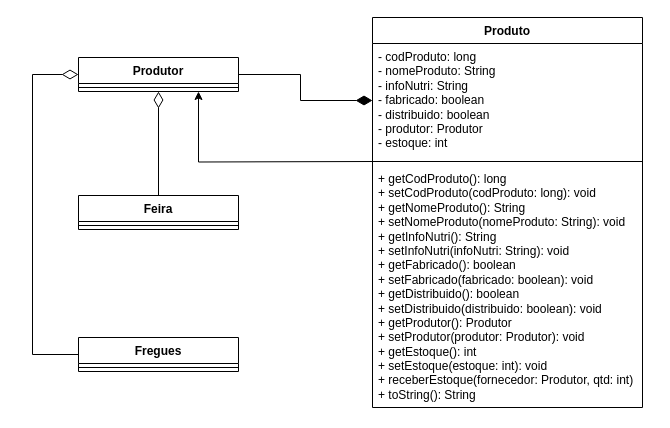
This is Feira.drawio from laurasultan/software, a draw.io file, before an edit. Source tidied: cells renumbered, new cells numbered last; positions are measured from the earlier drawing's top-left corner, leaving out a move shared by most shapes. Both pictures are drawn from the tidied source at 100%, with x=0, y=0 at pixel (32, 17).
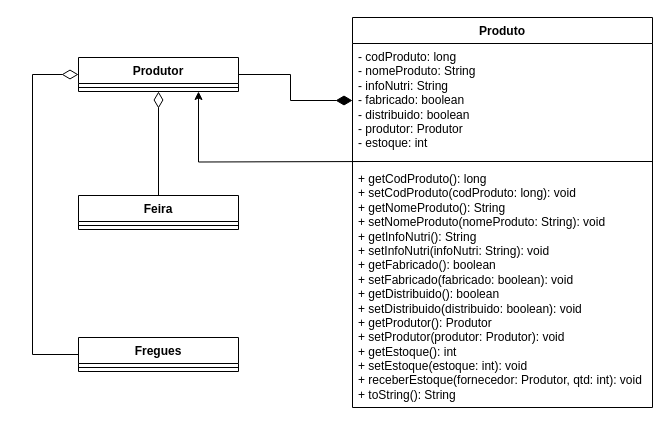
The same diagram, later.

The edit, as a diff of the source:
```diff
@@
 <mxGraphModel>
   <root>
     <mxCell id="0" />
     <mxCell id="1" parent="0" />
     <mxCell id="2" value="Produto" style="swimlane;fontStyle=1;align=center;verticalAlign=top;horizontal=1;startSize=26;whiteSpace=wrap;html=1;" parent="1" vertex="1">
-      <mxGeometry x="340" width="270" height="390" as="geometry" />
+      <mxGeometry x="320" width="300" height="390" as="geometry" />
     </mxCell>
     <mxCell id="3" value="&lt;div&gt;- codProduto: long&lt;/div&gt;&lt;div&gt;- nomeProduto: String&lt;/div&gt;&lt;div&gt;- infoNutri: String&lt;/div&gt;&lt;div&gt;- fabricado: boolean&lt;/div&gt;&lt;div&gt;- distribuido: boolean&lt;/div&gt;&lt;div&gt;- produtor: Produtor&lt;/div&gt;&lt;div&gt;- estoque: int&lt;br&gt;&lt;/div&gt;" style="text;strokeColor=none;fillColor=none;align=left;verticalAlign=top;spacingLeft=4;spacingRight=4;overflow=hidden;points=[[0,0.5],[1,0.5]];portConstraint=eastwest;whiteSpace=wrap;html=1;" parent="2" vertex="1">
-      <mxGeometry y="26" width="270" height="114" as="geometry" />
+      <mxGeometry y="26" width="300" height="114" as="geometry" />
     </mxCell>
     <mxCell id="4" style="line;strokeWidth=1;fillColor=none;align=left;verticalAlign=middle;spacingTop=-1;spacingLeft=3;spacingRight=3;labelPosition=right;strokeColor=inherit;" parent="2" vertex="1">
-      <mxGeometry y="140" width="270" height="8" as="geometry" />
+      <mxGeometry y="140" width="300" height="8" as="geometry" />
     </mxCell>
-    <mxCell id="5" value="&lt;div&gt;+ getCodProduto(): long&lt;/div&gt;&lt;div&gt;+ setCodProduto(codProduto: long): void&lt;/div&gt;&lt;div&gt;+ getNomeProduto(): String&lt;/div&gt;&lt;div&gt;+ setNomeProduto(nomeProduto: String): void&lt;/div&gt;&lt;div&gt;+ getInfoNutri(): String&lt;/div&gt;&lt;div&gt;+ setInfoNutri(infoNutri: String): void&lt;/div&gt;&lt;div&gt;+ getFabricado(): boolean&lt;/div&gt;&lt;div&gt;+ setFabricado(fabricado: boolean): void&lt;/div&gt;&lt;div&gt;+ getDistribuido(): boolean&lt;/div&gt;&lt;div&gt;+ setDistribuido(distribuido: boolean): void&lt;/div&gt;&lt;div&gt;+ getProdutor(): Produtor&lt;/div&gt;&lt;div&gt;+ setProdutor(produtor: Produtor): void&lt;/div&gt;&lt;div&gt;+ getEstoque(): int&lt;/div&gt;&lt;div&gt;+ setEstoque(estoque: int): void&lt;/div&gt;&lt;div&gt;+ receberEstoque(fornecedor: Produtor, qtd: int)&lt;/div&gt;&lt;div&gt;+ toString(): String&lt;/div&gt;" style="text;strokeColor=none;fillColor=none;align=left;verticalAlign=top;spacingLeft=4;spacingRight=4;overflow=hidden;whiteSpace=wrap;html=1;" parent="2" vertex="1">
-      <mxGeometry y="148" width="270" height="242" as="geometry" />
+    <mxCell id="5" value="&lt;div&gt;+ getCodProduto(): long&lt;/div&gt;&lt;div&gt;+ setCodProduto(codProduto: long): void&lt;/div&gt;&lt;div&gt;+ getNomeProduto(): String&lt;/div&gt;&lt;div&gt;+ setNomeProduto(nomeProduto: String): void&lt;/div&gt;&lt;div&gt;+ getInfoNutri(): String&lt;/div&gt;&lt;div&gt;+ setInfoNutri(infoNutri: String): void&lt;/div&gt;&lt;div&gt;+ getFabricado(): boolean&lt;/div&gt;&lt;div&gt;+ setFabricado(fabricado: boolean): void&lt;/div&gt;&lt;div&gt;+ getDistribuido(): boolean&lt;/div&gt;&lt;div&gt;+ setDistribuido(distribuido: boolean): void&lt;/div&gt;&lt;div&gt;+ getProdutor(): Produtor&lt;/div&gt;&lt;div&gt;+ setProdutor(produtor: Produtor): void&lt;/div&gt;&lt;div&gt;+ getEstoque(): int&lt;/div&gt;&lt;div&gt;+ setEstoque(estoque: int): void&lt;/div&gt;&lt;div&gt;+ receberEstoque(fornecedor: Produtor, qtd: int): void&lt;br&gt;&lt;/div&gt;&lt;div&gt;+ toString(): String&lt;/div&gt;" style="text;strokeColor=none;fillColor=none;align=left;verticalAlign=top;spacingLeft=4;spacingRight=4;overflow=hidden;whiteSpace=wrap;html=1;" parent="2" vertex="1">
+      <mxGeometry y="148" width="300" height="242" as="geometry" />
     </mxCell>
     <mxCell id="6" style="edgeStyle=orthogonalEdgeStyle;rounded=0;jettySize=auto;html=1;entryX=0;entryY=0.5;entryDx=0;entryDy=0;endArrow=diamondThin;endFill=1;endSize=14;exitX=1;exitY=0.5;exitDx=0;exitDy=0;" parent="1" edge="1" source="7" target="3">
       <mxGeometry relative="1" as="geometry" />
     </mxCell>
     <mxCell id="7" value="Produtor" style="swimlane;fontStyle=1;align=center;verticalAlign=top;horizontal=1;startSize=26;whiteSpace=wrap;html=1;" parent="1" vertex="1">
       <mxGeometry x="46" y="40" width="160" height="34" as="geometry" />
     </mxCell>
     <mxCell id="8" style="line;strokeWidth=1;fillColor=none;align=left;verticalAlign=middle;spacingTop=-1;spacingLeft=3;spacingRight=3;labelPosition=right;strokeColor=inherit;" parent="7" vertex="1">
       <mxGeometry y="26" width="160" height="8" as="geometry" />
     </mxCell>
     <mxCell id="9" style="edgeStyle=orthogonalEdgeStyle;rounded=0;jettySize=auto;html=1;exitX=0.5;exitY=0;exitDx=0;exitDy=0;entryX=0.5;entryY=1;entryDx=0;entryDy=0;endArrow=diamondThin;endFill=0;endSize=14;" parent="1" edge="1" source="10" target="7">
       <mxGeometry relative="1" as="geometry" />
     </mxCell>
     <mxCell id="10" value="Feira" style="swimlane;fontStyle=1;align=center;verticalAlign=top;horizontal=1;startSize=26;whiteSpace=wrap;html=1;" parent="1" vertex="1">
       <mxGeometry x="46" y="178" width="160" height="34" as="geometry" />
     </mxCell>
     <mxCell id="11" style="line;strokeWidth=1;fillColor=none;align=left;verticalAlign=middle;spacingTop=-1;spacingLeft=3;spacingRight=3;labelPosition=right;strokeColor=inherit;" parent="10" vertex="1">
       <mxGeometry y="26" width="160" height="8" as="geometry" />
     </mxCell>
     <mxCell id="12" style="edgeStyle=orthogonalEdgeStyle;rounded=0;jettySize=auto;html=1;exitX=0;exitY=0.5;exitDx=0;exitDy=0;entryX=0;entryY=0.5;entryDx=0;entryDy=0;endArrow=diamondThin;endFill=0;endSize=14;" parent="1" edge="1" source="13" target="7">
       <mxGeometry relative="1" as="geometry">
         <Array as="points">
           <mxPoint y="337" />
           <mxPoint y="57" />
         </Array>
       </mxGeometry>
     </mxCell>
     <mxCell id="13" value="Fregues" style="swimlane;fontStyle=1;align=center;verticalAlign=top;horizontal=1;startSize=26;whiteSpace=wrap;html=1;" parent="1" vertex="1">
       <mxGeometry x="46" y="320" width="160" height="34" as="geometry" />
     </mxCell>
     <mxCell id="14" style="line;strokeWidth=1;fillColor=none;align=left;verticalAlign=middle;spacingTop=-1;spacingLeft=3;spacingRight=3;labelPosition=right;strokeColor=inherit;" parent="13" vertex="1">
       <mxGeometry y="26" width="160" height="8" as="geometry" />
     </mxCell>
     <mxCell id="15" style="edgeStyle=orthogonalEdgeStyle;rounded=0;jettySize=auto;html=1;entryX=0.75;entryY=1;entryDx=0;entryDy=0;" parent="1" edge="1" target="7">
       <mxGeometry relative="1" as="geometry">
         <mxPoint x="340" y="144" as="sourcePoint" />
       </mxGeometry>
     </mxCell>
   </root>
 </mxGraphModel>
```
